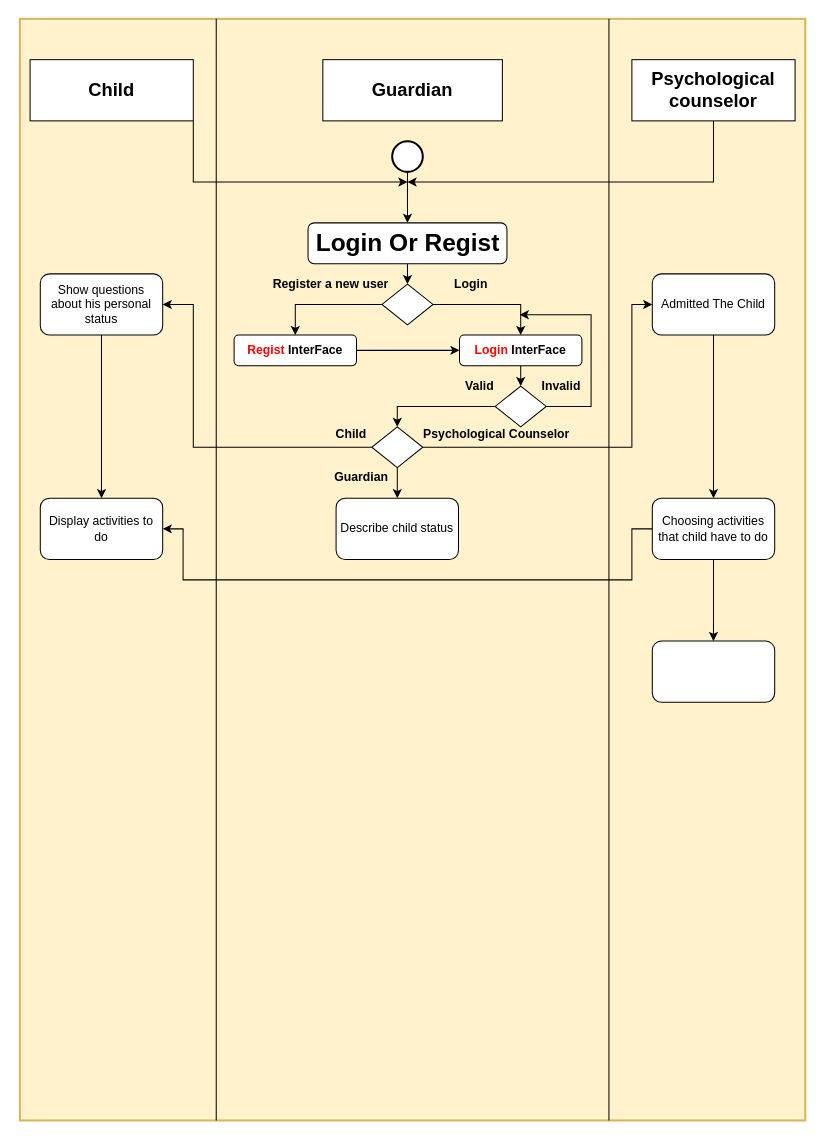
Before: Untitled Diagram.drawio in xdayeh/Modeling-software, a draw.io diagram. Source tidied: cells renumbered, new cells numbered last; positions are measured from the earlier drawing's top-left corner, leaving out a move shared by most shapes. Both pictures are drawn from the tidied source at 102%, with x=0, y=0 at pixel (19, 18).
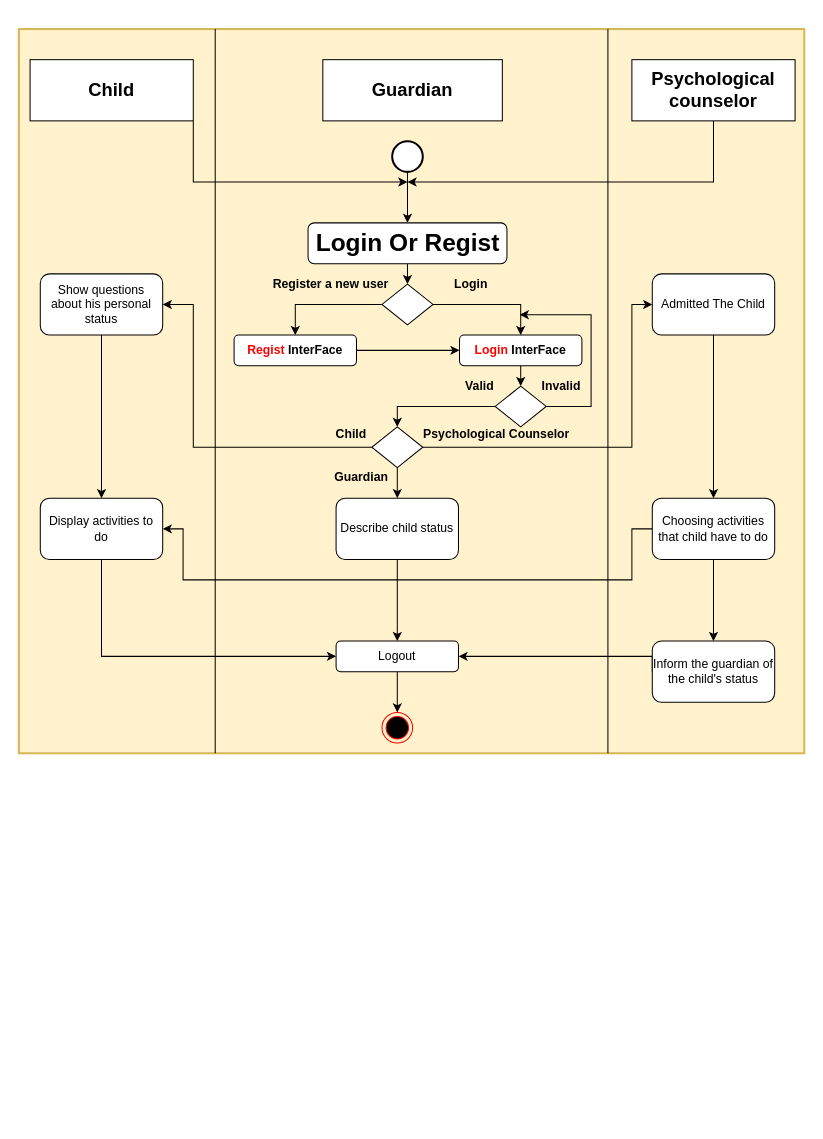
The same diagram, later.

Unchanged cells that the change refers to:
```xml
<mxCell id="39" value="Describe child status" style="rounded=1;whiteSpace=wrap;html=1;" parent="1" vertex="1">
  <mxGeometry x="310" y="470" width="120" height="60" as="geometry" />
</mxCell>
<mxCell id="44" value="Display activities to do" style="rounded=1;whiteSpace=wrap;html=1;" parent="1" vertex="1">
  <mxGeometry x="20" y="470" width="120" height="60" as="geometry" />
</mxCell>
```

The edit, as a diff of the source:
```diff
@@
     <mxCell id="2" style="rounded=0;whiteSpace=wrap;html=1;fillColor=#fff2cc;strokeColor=#d6b656;strokeWidth=2;" parent="1" vertex="1">
-      <mxGeometry width="770" height="1080" as="geometry" />
+      <mxGeometry x="-1" y="10" width="770" height="710" as="geometry" />
     </mxCell>
@@
+    <mxCell id="46" style="edgeStyle=orthogonalEdgeStyle;rounded=0;jettySize=auto;html=1;exitX=0.5;exitY=1;exitDx=0;exitDy=0;entryX=0.5;entryY=0;entryDx=0;entryDy=0;" parent="1" edge="1" source="39" target="50">
+      <mxGeometry relative="1" as="geometry" />
+    </mxCell>
@@
+    <mxCell id="47" style="edgeStyle=orthogonalEdgeStyle;rounded=0;jettySize=auto;html=1;exitX=0.5;exitY=1;exitDx=0;exitDy=0;entryX=0;entryY=0.5;entryDx=0;entryDy=0;" parent="1" edge="1" source="44" target="50">
+      <mxGeometry relative="1" as="geometry" />
+    </mxCell>
@@
+    <mxCell id="48" style="edgeStyle=orthogonalEdgeStyle;rounded=0;jettySize=auto;html=1;exitX=0;exitY=0.5;exitDx=0;exitDy=0;entryX=1;entryY=0.5;entryDx=0;entryDy=0;" parent="1" edge="1" source="45" target="50">
+      <mxGeometry relative="1" as="geometry">
+        <Array as="points">
+          <mxPoint x="620" y="625" />
+        </Array>
+      </mxGeometry>
+    </mxCell>
-    <mxCell id="45" style="rounded=1;whiteSpace=wrap;html=1;" parent="1" vertex="1">
+    <mxCell id="45" value="Inform the guardian of the child's status" style="rounded=1;whiteSpace=wrap;html=1;" parent="1" vertex="1">
       <mxGeometry x="620" y="610" width="120" height="60" as="geometry" />
     </mxCell>
+    <mxCell id="49" style="edgeStyle=orthogonalEdgeStyle;rounded=0;jettySize=auto;html=1;exitX=0.5;exitY=1;exitDx=0;exitDy=0;entryX=0.5;entryY=0;entryDx=0;entryDy=0;" parent="1" edge="1" source="50" target="51">
+      <mxGeometry relative="1" as="geometry" />
+    </mxCell>
+    <mxCell id="50" value="Logout" style="rounded=1;whiteSpace=wrap;html=1;" parent="1" vertex="1">
+      <mxGeometry x="310" y="610" width="120" height="30" as="geometry" />
+    </mxCell>
+    <mxCell id="51" style="ellipse;html=1;shape=endState;fillColor=#000000;strokeColor=#ff0000;" parent="1" vertex="1">
+      <mxGeometry x="355" y="680" width="30" height="30" as="geometry" />
+    </mxCell>
+    <mxCell id="52" style="edgeStyle=orthogonalEdgeStyle;rounded=0;orthogonalLoop=1;jettySize=auto;html=1;exitX=0.5;exitY=1;exitDx=0;exitDy=0;" parent="1" edge="1" source="2" target="2">
+      <mxGeometry relative="1" as="geometry" />
+    </mxCell>
```
